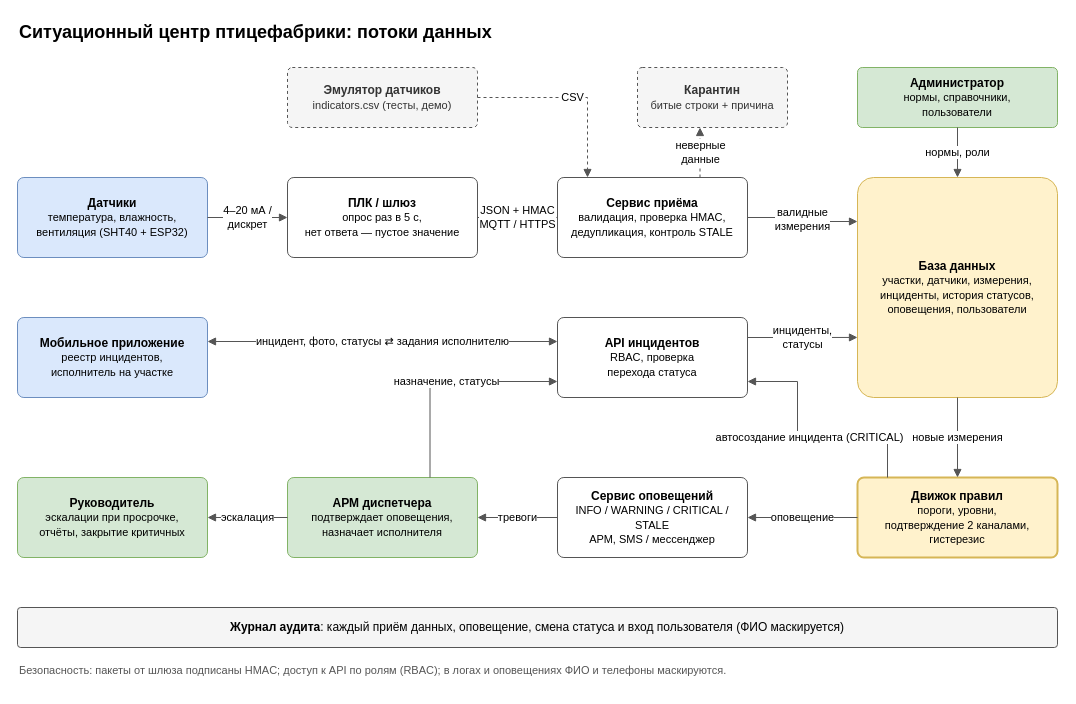
The draw.io diagram page "1. Потоки данных" (1 of 3) of diagrams/schemes.drawio in Gara00700/vpotoke-case4, before the edit. Source tidied: cells renumbered, new cells numbered last; positions are measured from the earlier drawing's top-left corner, leaving out a move shared by most shapes. Both pictures are drawn from the tidied source at 100%, with x=0, y=0 at pixel (17, 17).
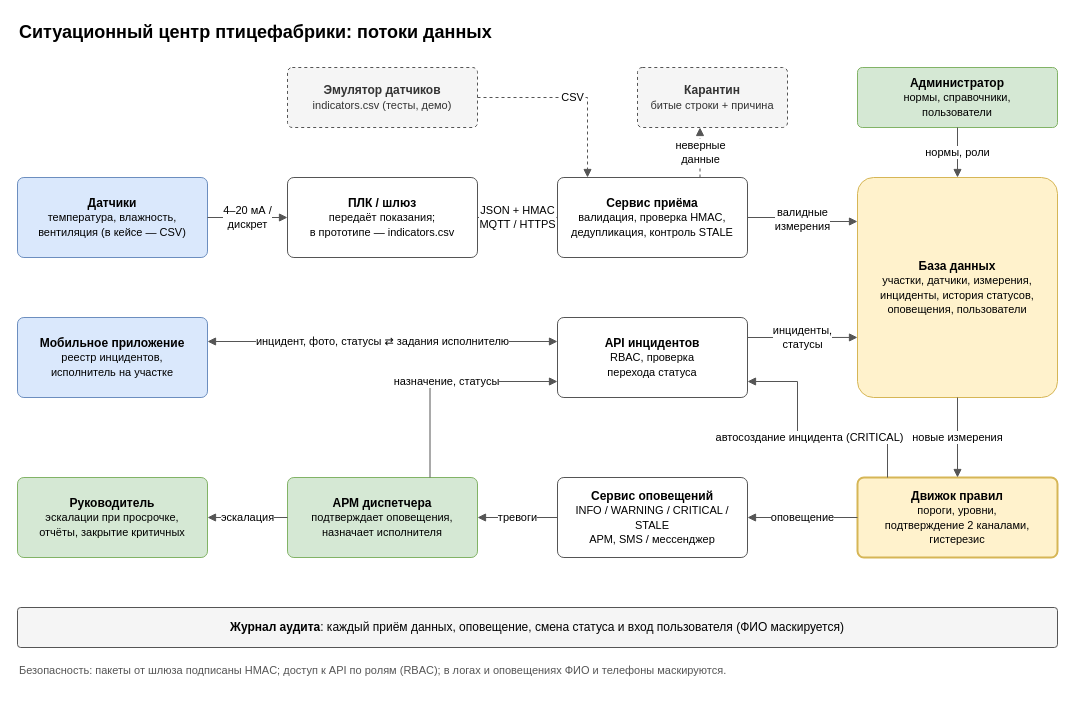
The same page after the edit.

Commit message (it also covers changes not shown here):
Убран демонстрационный стенд: схема, документы, панель

What changed in the source:
```diff
@@
-    <mxCell id="4" value="&lt;b&gt;Датчики&lt;/b&gt;&lt;br&gt;&lt;font style=&quot;font-size:11px&quot;&gt;температура, влажность,&lt;br&gt;вентиляция (SHT40 + ESP32)&lt;/font&gt;" style="rounded=1;whiteSpace=wrap;html=1;arcSize=8;fontSize=12;strokeColor=#555555;fillColor=#ffffff;fillColor=#dae8fc;strokeColor=#6c8ebf;" parent="1" vertex="1">
+    <mxCell id="4" value="&lt;b&gt;Датчики&lt;/b&gt;&lt;br&gt;&lt;font style=&quot;font-size:11px&quot;&gt;температура, влажность,&lt;br&gt;вентиляция (в кейсе — CSV)&lt;/font&gt;" style="rounded=1;whiteSpace=wrap;html=1;arcSize=8;fontSize=12;strokeColor=#555555;fillColor=#ffffff;fillColor=#dae8fc;strokeColor=#6c8ebf;" parent="1" vertex="1">
       <mxGeometry y="160" width="190" height="80" as="geometry" />
     </mxCell>
-    <mxCell id="5" value="&lt;b&gt;ПЛК / шлюз&lt;/b&gt;&lt;br&gt;&lt;font style=&quot;font-size:11px&quot;&gt;опрос раз в 5 с,&lt;br&gt;нет ответа — пустое значение&lt;/font&gt;" style="rounded=1;whiteSpace=wrap;html=1;arcSize=8;fontSize=12;strokeColor=#555555;fillColor=#ffffff;" parent="1" vertex="1">
+    <mxCell id="5" value="&lt;b&gt;ПЛК / шлюз&lt;/b&gt;&lt;br&gt;&lt;font style=&quot;font-size:11px&quot;&gt;передаёт показания;&lt;br&gt;в прототипе — indicators.csv&lt;/font&gt;" style="rounded=1;whiteSpace=wrap;html=1;arcSize=8;fontSize=12;strokeColor=#555555;fillColor=#ffffff;" parent="1" vertex="1">
       <mxGeometry x="270" y="160" width="190" height="80" as="geometry" />
     </mxCell>
```
